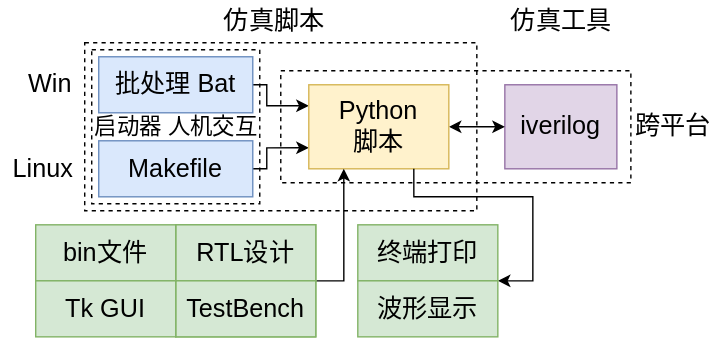
Before: pic/img/仿真环境.svg, a diagram exported from draw.io (xiaowuzxc/SparrowRV). Source tidied: cells renumbered, new cells last; positions are measured from the earlier drawing's top-left corner, leaving out a move shared by most shapes.
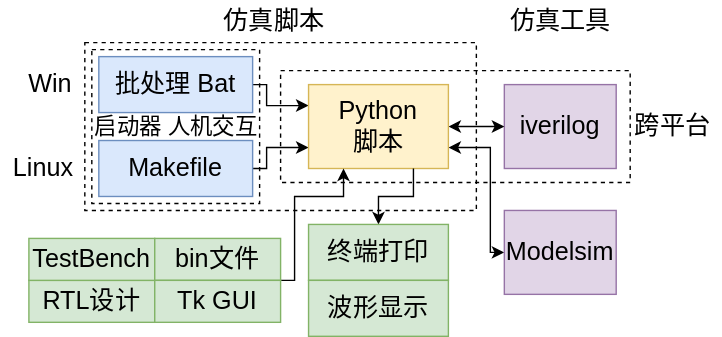
Above is the later version.

What changed in the source:
```diff
@@ -45,6 +45,14 @@
     <mxCell id="12" style="edgeStyle=orthogonalEdgeStyle;rounded=0;jettySize=auto;html=1;exitX=1;exitY=0.5;exitDx=0;exitDy=0;entryX=0;entryY=0.5;entryDx=0;entryDy=0;startArrow=classic;startFill=1;" parent="1" edge="1" source="13" target="7">
       <mxGeometry relative="1" as="geometry" />
     </mxCell>
+    <mxCell id="28" style="edgeStyle=orthogonalEdgeStyle;rounded=0;jettySize=auto;html=1;exitX=1;exitY=0.75;exitDx=0;exitDy=0;entryX=0;entryY=0.5;entryDx=0;entryDy=0;startArrow=classic;startFill=1;" parent="1" edge="1" source="13" target="30">
+      <mxGeometry relative="1" as="geometry">
+        <Array as="points">
+          <mxPoint x="350" y="105" />
+          <mxPoint x="350" y="180" />
+        </Array>
+      </mxGeometry>
+    </mxCell>
     <mxCell id="13" value="Python&lt;br&gt;脚本" style="whiteSpace=wrap;html=1;fontSize=18;fillColor=#fff2cc;strokeColor=#d6b656;" parent="1" vertex="1">
       <mxGeometry x="220" y="60" width="100" height="60" as="geometry" />
     </mxCell>
@@ -60,45 +68,43 @@
     <mxCell id="17" value="启动器 人机交互" style="text;html=1;align=center;verticalAlign=middle;strokeColor=none;fillColor=none;fontSize=16;" parent="1" vertex="1">
       <mxGeometry x="60" y="80" width="130" height="20" as="geometry" />
     </mxCell>
-    <mxCell id="18" style="edgeStyle=orthogonalEdgeStyle;rounded=0;jettySize=auto;html=1;exitX=1;exitY=1;exitDx=0;exitDy=0;fontSize=18;entryX=0.25;entryY=1;entryDx=0;entryDy=0;" parent="1" edge="1" source="21" target="13">
-      <mxGeometry relative="1" as="geometry">
-        <Array as="points">
-          <mxPoint x="245" y="200" />
-        </Array>
-      </mxGeometry>
-    </mxCell>
     <mxCell id="19" value="RTL设计" style="rounded=0;whiteSpace=wrap;html=1;fontSize=18;fillColor=#d5e8d4;strokeColor=#82b366;" parent="1" vertex="1">
-      <mxGeometry x="125" y="160" width="100" height="40" as="geometry" />
+      <mxGeometry x="20" y="200" width="90" height="30" as="geometry" />
     </mxCell>
-    <mxCell id="20" value="TestBench" style="whiteSpace=wrap;html=1;fontSize=18;fillColor=#d5e8d4;strokeColor=#82b366;" parent="1" vertex="1">
-      <mxGeometry x="125" y="200" width="100" height="40" as="geometry" />
-    </mxCell>
-    <mxCell id="21" value="RTL设计" style="rounded=0;whiteSpace=wrap;html=1;fontSize=18;fillColor=#d5e8d4;strokeColor=#82b366;" parent="1" vertex="1">
-      <mxGeometry x="125" y="160" width="100" height="40" as="geometry" />
-    </mxCell>
     <mxCell id="22" value="TestBench" style="whiteSpace=wrap;html=1;fontSize=18;fillColor=#d5e8d4;strokeColor=#82b366;" parent="1" vertex="1">
-      <mxGeometry x="125" y="200" width="100" height="40" as="geometry" />
+      <mxGeometry x="20" y="170" width="90" height="30" as="geometry" />
     </mxCell>
-    <mxCell id="23" style="edgeStyle=orthogonalEdgeStyle;rounded=0;jettySize=auto;html=1;exitX=0.75;exitY=1;exitDx=0;exitDy=0;entryX=1;entryY=0;entryDx=0;entryDy=0;fontSize=18;" parent="1" edge="1" source="13" target="25">
+    <mxCell id="23" style="edgeStyle=orthogonalEdgeStyle;rounded=0;jettySize=auto;html=1;exitX=0.75;exitY=1;exitDx=0;exitDy=0;entryX=0.5;entryY=0;entryDx=0;entryDy=0;fontSize=18;" parent="1" edge="1" source="13" target="24">
       <mxGeometry relative="1" as="geometry">
         <Array as="points">
           <mxPoint x="295" y="140" />
-          <mxPoint x="380" y="140" />
-          <mxPoint x="380" y="200" />
+          <mxPoint x="270" y="140" />
         </Array>
       </mxGeometry>
     </mxCell>
     <mxCell id="24" value="终端打印" style="rounded=0;whiteSpace=wrap;html=1;fontSize=18;fillColor=#d5e8d4;strokeColor=#82b366;" parent="1" vertex="1">
-      <mxGeometry x="255" y="160" width="100" height="40" as="geometry" />
+      <mxGeometry x="220" y="160" width="100" height="40" as="geometry" />
     </mxCell>
     <mxCell id="25" value="波形显示" style="whiteSpace=wrap;html=1;fontSize=18;fillColor=#d5e8d4;strokeColor=#82b366;" parent="1" vertex="1">
-      <mxGeometry x="255" y="200" width="100" height="40" as="geometry" />
+      <mxGeometry x="220" y="200" width="100" height="40" as="geometry" />
     </mxCell>
+    <mxCell id="29" style="edgeStyle=orthogonalEdgeStyle;rounded=0;jettySize=auto;html=1;exitX=1;exitY=1;exitDx=0;exitDy=0;entryX=0.25;entryY=1;entryDx=0;entryDy=0;" parent="1" edge="1" source="26" target="13">
+      <mxGeometry relative="1" as="geometry">
+        <Array as="points">
+          <mxPoint x="210" y="200" />
+          <mxPoint x="210" y="140" />
+          <mxPoint x="245" y="140" />
+        </Array>
+      </mxGeometry>
+    </mxCell>
     <mxCell id="26" value="bin文件" style="rounded=0;whiteSpace=wrap;html=1;fillColor=#d5e8d4;strokeColor=#82b366;fontSize=18;" parent="1" vertex="1">
-      <mxGeometry x="25" y="160" width="100" height="40" as="geometry" />
+      <mxGeometry x="110" y="170" width="90" height="30" as="geometry" />
     </mxCell>
     <mxCell id="27" value="Tk GUI" style="rounded=0;whiteSpace=wrap;html=1;fillColor=#d5e8d4;strokeColor=#82b366;fontSize=18;" parent="1" vertex="1">
-      <mxGeometry x="25" y="200" width="100" height="40" as="geometry" />
+      <mxGeometry x="110" y="200" width="90" height="30" as="geometry" />
     </mxCell>
+    <mxCell id="30" value="Modelsim" style="whiteSpace=wrap;html=1;fontSize=18;fillColor=#e1d5e7;strokeColor=#9673a6;" parent="1" vertex="1">
+      <mxGeometry x="360" y="150" width="80" height="60" as="geometry" />
+    </mxCell>
   </root>
 </mxGraphModel>
```
